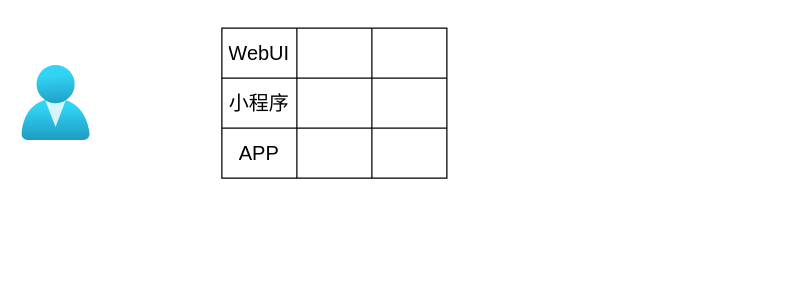
This is public/未命名绘图.drawio from leestar991/agi-proxy, a draw.io file, before an edit. Source tidied: cells renumbered, new cells numbered last; positions are measured from the earlier drawing's top-left corner, leaving out a move shared by most shapes. Both pictures are drawn from the tidied source at 125%, with x=0, y=0 at pixel (21, 28).
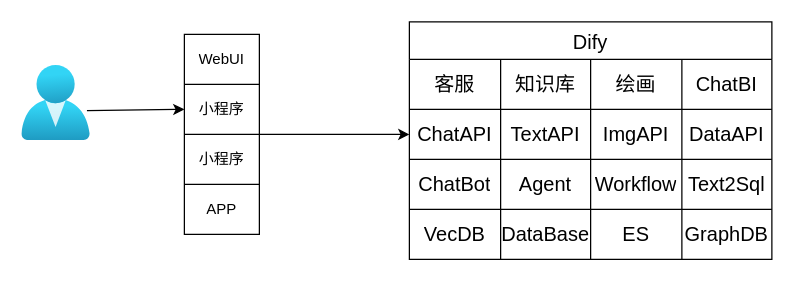
Above is the later version.

Commit message (it also covers changes not shown here):
更新未命名绘图.drawio

The change refers to these unchanged cells:
```xml
<mxCell id="2" style="image;html=1;points=[];align=center;fontSize=12;image=img/lib/azure2/identity/Users.svg;" parent="1" vertex="1">
  <mxGeometry y="30" width="54.9" height="60" as="geometry" />
</mxCell>
```

Diff of the diagram source:
```diff
@@
-    <mxCell id="3" style="shape=table;startSize=0;childLayout=tableLayout;fontSize=16;" parent="1" vertex="1">
-      <mxGeometry x="160" width="180" height="120" as="geometry" />
-    </mxCell>
-    <mxCell id="4" style="shape=tableRow;horizontal=0;startSize=0;swimlaneHead=0;swimlaneBody=0;strokeColor=inherit;top=0;left=0;bottom=0;right=0;fillColor=none;fontSize=16;" parent="3" vertex="1">
-      <mxGeometry width="180" height="40" as="geometry" />
-    </mxCell>
+    <mxCell id="17" style="edgeStyle=orthogonalEdgeStyle;rounded=0;jettySize=auto;html=1;entryX=0;entryY=0.5;entryDx=0;entryDy=0;" parent="1" edge="1" source="18" target="32">
+      <mxGeometry relative="1" as="geometry" />
+    </mxCell>
+    <mxCell id="18" style="shape=table;startSize=0;childLayout=tableLayout;" parent="1" vertex="1">
+      <mxGeometry x="130" y="5" width="60" height="160" as="geometry" />
+    </mxCell>
+    <mxCell id="19" style="shape=tableRow;horizontal=0;startSize=0;swimlaneHead=0;swimlaneBody=0;strokeColor=inherit;top=0;left=0;bottom=0;right=0;fillColor=none;" parent="18" vertex="1">
+      <mxGeometry width="60" height="40" as="geometry" />
+    </mxCell>
-    <mxCell id="5" value="WebUI" style="shape=partialRectangle;html=1;whiteSpace=wrap;strokeColor=inherit;overflow=hidden;fillColor=none;top=0;left=0;bottom=0;right=0;fontSize=16;" parent="4" vertex="1">
+    <mxCell id="5" value="WebUI" style="shape=partialRectangle;html=1;whiteSpace=wrap;strokeColor=inherit;overflow=hidden;fillColor=none;top=0;left=0;bottom=0;right=0;" parent="19" vertex="1">
       <mxGeometry width="60" height="40" as="geometry" />
     </mxCell>
-    <mxCell id="6" style="shape=partialRectangle;html=1;whiteSpace=wrap;strokeColor=inherit;overflow=hidden;fillColor=none;top=0;left=0;bottom=0;right=0;fontSize=16;" parent="4" vertex="1">
-      <mxGeometry x="60" width="60" height="40" as="geometry" />
-    </mxCell>
-    <mxCell id="7" style="shape=partialRectangle;html=1;whiteSpace=wrap;strokeColor=inherit;overflow=hidden;fillColor=none;top=0;left=0;bottom=0;right=0;fontSize=16;" parent="4" vertex="1">
-      <mxGeometry x="120" width="60" height="40" as="geometry" />
-    </mxCell>
-    <mxCell id="8" style="shape=tableRow;horizontal=0;startSize=0;swimlaneHead=0;swimlaneBody=0;strokeColor=inherit;top=0;left=0;bottom=0;right=0;fillColor=none;points=[[0,0.5],[1,0.5]];portConstraint=eastwest;fontSize=16;" parent="3" vertex="1">
-      <mxGeometry y="40" width="180" height="40" as="geometry" />
-    </mxCell>
-    <mxCell id="9" value="小程序" style="shape=partialRectangle;html=1;whiteSpace=wrap;strokeColor=inherit;overflow=hidden;fillColor=none;top=0;left=0;bottom=0;right=0;fontSize=16;" parent="8" vertex="1">
-      <mxGeometry width="60" height="40" as="geometry" />
-    </mxCell>
-    <mxCell id="10" style="shape=partialRectangle;html=1;whiteSpace=wrap;strokeColor=inherit;overflow=hidden;fillColor=none;top=0;left=0;bottom=0;right=0;fontSize=16;" parent="8" vertex="1">
-      <mxGeometry x="60" width="60" height="40" as="geometry" />
-    </mxCell>
-    <mxCell id="11" style="shape=partialRectangle;html=1;whiteSpace=wrap;strokeColor=inherit;overflow=hidden;fillColor=none;top=0;left=0;bottom=0;right=0;fontSize=16;" parent="8" vertex="1">
-      <mxGeometry x="120" width="60" height="40" as="geometry" />
-    </mxCell>
-    <mxCell id="12" style="shape=tableRow;horizontal=0;startSize=0;swimlaneHead=0;swimlaneBody=0;strokeColor=inherit;top=0;left=0;bottom=0;right=0;fillColor=none;fontSize=16;" parent="3" vertex="1">
-      <mxGeometry y="80" width="180" height="40" as="geometry" />
-    </mxCell>
+    <mxCell id="20" style="shape=tableRow;horizontal=0;startSize=0;swimlaneHead=0;swimlaneBody=0;strokeColor=inherit;top=0;left=0;bottom=0;right=0;fillColor=none;points=[[0,0.5],[1,0.5]];portConstraint=eastwest;" parent="18" vertex="1">
+      <mxGeometry y="40" width="60" height="40" as="geometry" />
+    </mxCell>
+    <mxCell id="21" value="小程序" style="shape=partialRectangle;html=1;whiteSpace=wrap;strokeColor=inherit;overflow=hidden;fillColor=none;top=0;left=0;bottom=0;right=0;" parent="20" vertex="1">
+      <mxGeometry width="60" height="40" as="geometry" />
+    </mxCell>
+    <mxCell id="22" style="shape=tableRow;horizontal=0;startSize=0;swimlaneHead=0;swimlaneBody=0;strokeColor=inherit;top=0;left=0;bottom=0;right=0;fillColor=none;" parent="18" vertex="1">
+      <mxGeometry y="80" width="60" height="40" as="geometry" />
+    </mxCell>
+    <mxCell id="23" value="小程序" style="shape=partialRectangle;html=1;whiteSpace=wrap;strokeColor=inherit;overflow=hidden;fillColor=none;top=0;left=0;bottom=0;right=0;" parent="22" vertex="1">
+      <mxGeometry width="60" height="40" as="geometry" />
+    </mxCell>
+    <mxCell id="24" style="shape=tableRow;horizontal=0;startSize=0;swimlaneHead=0;swimlaneBody=0;strokeColor=inherit;top=0;left=0;bottom=0;right=0;fillColor=none;" parent="18" vertex="1">
+      <mxGeometry y="120" width="60" height="40" as="geometry" />
+    </mxCell>
-    <mxCell id="13" value="APP" style="shape=partialRectangle;html=1;whiteSpace=wrap;strokeColor=inherit;overflow=hidden;fillColor=none;top=0;left=0;bottom=0;right=0;fontSize=16;" parent="12" vertex="1">
+    <mxCell id="13" value="APP" style="shape=partialRectangle;html=1;whiteSpace=wrap;strokeColor=inherit;overflow=hidden;fillColor=none;top=0;left=0;bottom=0;right=0;" parent="24" vertex="1">
       <mxGeometry width="60" height="40" as="geometry" />
     </mxCell>
-    <mxCell id="14" style="shape=partialRectangle;html=1;whiteSpace=wrap;strokeColor=inherit;overflow=hidden;fillColor=none;top=0;left=0;bottom=0;right=0;fontSize=16;" parent="12" vertex="1">
-      <mxGeometry x="60" width="60" height="40" as="geometry" />
-    </mxCell>
-    <mxCell id="15" style="shape=partialRectangle;html=1;whiteSpace=wrap;strokeColor=inherit;overflow=hidden;fillColor=none;top=0;left=0;bottom=0;right=0;fontSize=16;" parent="12" vertex="1">
-      <mxGeometry x="120" width="60" height="40" as="geometry" />
-    </mxCell>
-    <mxCell id="16" style="edgeStyle=orthogonalEdgeStyle;rounded=0;orthogonalLoop=1;jettySize=auto;html=1;exitX=1;exitY=0.5;exitDx=0;exitDy=0;" parent="3" edge="1" source="8" target="8">
-      <mxGeometry relative="1" as="geometry" />
-    </mxCell>
+    <mxCell id="25" style="endArrow=classic;html=1;rounded=0;exitX=0.948;exitY=0.6;exitDx=0;exitDy=0;exitPerimeter=0;entryX=0;entryY=0.5;entryDx=0;entryDy=0;" parent="1" edge="1" source="2" target="20">
+      <mxGeometry relative="1" as="geometry" />
+    </mxCell>
+    <mxCell id="26" value="Dify" style="shape=table;startSize=30;childLayout=tableLayout;strokeColor=default;fontSize=16;" parent="1" vertex="1">
+      <mxGeometry x="310" y="-5" width="290" height="190" as="geometry" />
+    </mxCell>
+    <mxCell id="27" style="shape=tableRow;horizontal=0;startSize=0;swimlaneHead=0;swimlaneBody=0;strokeColor=inherit;top=0;left=0;bottom=0;right=0;fillColor=none;fontSize=16;" parent="26" vertex="1">
+      <mxGeometry y="30" width="290" height="40" as="geometry" />
+    </mxCell>
+    <mxCell id="28" value="客服" style="shape=partialRectangle;html=1;whiteSpace=wrap;strokeColor=inherit;overflow=hidden;fillColor=none;top=0;left=0;bottom=0;right=0;fontSize=16;" parent="27" vertex="1">
+      <mxGeometry width="73" height="40" as="geometry" />
+    </mxCell>
+    <mxCell id="29" value="知识库" style="shape=partialRectangle;html=1;whiteSpace=wrap;strokeColor=inherit;overflow=hidden;fillColor=none;top=0;left=0;bottom=0;right=0;fontSize=16;" parent="27" vertex="1">
+      <mxGeometry x="73" width="72" height="40" as="geometry" />
+    </mxCell>
+    <mxCell id="30" value="绘画" style="shape=partialRectangle;html=1;whiteSpace=wrap;strokeColor=inherit;overflow=hidden;fillColor=none;top=0;left=0;bottom=0;right=0;fontSize=16;" parent="27" vertex="1">
+      <mxGeometry x="145" width="73" height="40" as="geometry" />
+    </mxCell>
+    <mxCell id="31" value="ChatBI" style="shape=partialRectangle;html=1;whiteSpace=wrap;strokeColor=inherit;overflow=hidden;fillColor=none;top=0;left=0;bottom=0;right=0;fontSize=16;" parent="27" vertex="1">
+      <mxGeometry x="218" width="72" height="40" as="geometry" />
+    </mxCell>
+    <mxCell id="32" style="shape=tableRow;horizontal=0;startSize=0;swimlaneHead=0;swimlaneBody=0;strokeColor=inherit;top=0;left=0;bottom=0;right=0;fillColor=none;points=[[0,0.5],[1,0.5]];portConstraint=eastwest;fontSize=16;" parent="26" vertex="1">
+      <mxGeometry y="70" width="290" height="40" as="geometry" />
+    </mxCell>
+    <mxCell id="33" value="ChatAPI" style="shape=partialRectangle;html=1;whiteSpace=wrap;strokeColor=inherit;overflow=hidden;fillColor=none;top=0;left=0;bottom=0;right=0;fontSize=16;" parent="32" vertex="1">
+      <mxGeometry width="73" height="40" as="geometry" />
+    </mxCell>
+    <mxCell id="34" value="TextAPI" style="shape=partialRectangle;html=1;whiteSpace=wrap;strokeColor=inherit;overflow=hidden;fillColor=none;top=0;left=0;bottom=0;right=0;fontSize=16;" parent="32" vertex="1">
+      <mxGeometry x="73" width="72" height="40" as="geometry" />
+    </mxCell>
+    <mxCell id="35" value="ImgAPI" style="shape=partialRectangle;html=1;whiteSpace=wrap;strokeColor=inherit;overflow=hidden;fillColor=none;top=0;left=0;bottom=0;right=0;fontSize=16;" parent="32" vertex="1">
+      <mxGeometry x="145" width="73" height="40" as="geometry" />
+    </mxCell>
+    <mxCell id="36" value="DataAPI" style="shape=partialRectangle;html=1;whiteSpace=wrap;strokeColor=inherit;overflow=hidden;fillColor=none;top=0;left=0;bottom=0;right=0;fontSize=16;" parent="32" vertex="1">
+      <mxGeometry x="218" width="72" height="40" as="geometry" />
+    </mxCell>
+    <mxCell id="37" style="shape=tableRow;horizontal=0;startSize=0;swimlaneHead=0;swimlaneBody=0;strokeColor=inherit;top=0;left=0;bottom=0;right=0;fillColor=none;fontSize=16;" parent="26" vertex="1">
+      <mxGeometry y="110" width="290" height="40" as="geometry" />
+    </mxCell>
+    <mxCell id="38" value="ChatBot" style="shape=partialRectangle;html=1;whiteSpace=wrap;strokeColor=inherit;overflow=hidden;fillColor=none;top=0;left=0;bottom=0;right=0;fontSize=16;" parent="37" vertex="1">
+      <mxGeometry width="73" height="40" as="geometry" />
+    </mxCell>
+    <mxCell id="39" value="Agent" style="shape=partialRectangle;html=1;whiteSpace=wrap;strokeColor=inherit;overflow=hidden;fillColor=none;top=0;left=0;bottom=0;right=0;fontSize=16;" parent="37" vertex="1">
+      <mxGeometry x="73" width="72" height="40" as="geometry" />
+    </mxCell>
+    <mxCell id="40" value="Workflow" style="shape=partialRectangle;html=1;whiteSpace=wrap;strokeColor=inherit;overflow=hidden;fillColor=none;top=0;left=0;bottom=0;right=0;fontSize=16;" parent="37" vertex="1">
+      <mxGeometry x="145" width="73" height="40" as="geometry" />
+    </mxCell>
+    <mxCell id="41" value="Text2Sql" style="shape=partialRectangle;html=1;whiteSpace=wrap;strokeColor=inherit;overflow=hidden;fillColor=none;top=0;left=0;bottom=0;right=0;fontSize=16;" parent="37" vertex="1">
+      <mxGeometry x="218" width="72" height="40" as="geometry" />
+    </mxCell>
+    <mxCell id="42" style="shape=tableRow;horizontal=0;startSize=0;swimlaneHead=0;swimlaneBody=0;strokeColor=inherit;top=0;left=0;bottom=0;right=0;fillColor=none;fontSize=16;" parent="26" vertex="1">
+      <mxGeometry y="150" width="290" height="40" as="geometry" />
+    </mxCell>
+    <mxCell id="43" value="VecDB" style="shape=partialRectangle;html=1;whiteSpace=wrap;strokeColor=inherit;overflow=hidden;fillColor=none;top=0;left=0;bottom=0;right=0;fontSize=16;" parent="42" vertex="1">
+      <mxGeometry width="73" height="40" as="geometry" />
+    </mxCell>
+    <mxCell id="44" value="DataBase" style="shape=partialRectangle;html=1;whiteSpace=wrap;strokeColor=inherit;overflow=hidden;fillColor=none;top=0;left=0;bottom=0;right=0;fontSize=16;" parent="42" vertex="1">
+      <mxGeometry x="73" width="72" height="40" as="geometry" />
+    </mxCell>
+    <mxCell id="45" value="ES" style="shape=partialRectangle;html=1;whiteSpace=wrap;strokeColor=inherit;overflow=hidden;fillColor=none;top=0;left=0;bottom=0;right=0;fontSize=16;" parent="42" vertex="1">
+      <mxGeometry x="145" width="73" height="40" as="geometry" />
+    </mxCell>
+    <mxCell id="46" value="GraphDB" style="shape=partialRectangle;html=1;whiteSpace=wrap;strokeColor=inherit;overflow=hidden;fillColor=none;top=0;left=0;bottom=0;right=0;fontSize=16;" parent="42" vertex="1">
+      <mxGeometry x="218" width="72" height="40" as="geometry" />
+    </mxCell>
```
